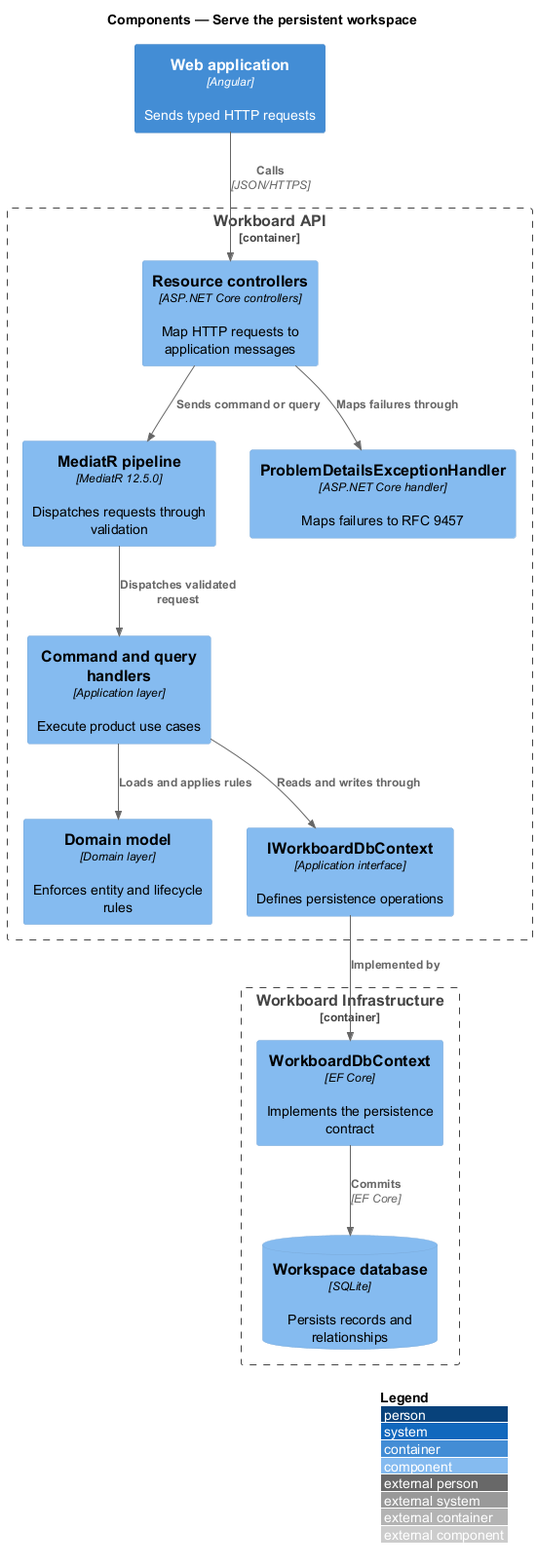
QuinntyneBrown/quinntyne-brown-consulting keeps this PlantUML diagram as docs/detailed-designs/platform/serve-persistent-workspace/diagrams/c4-component.png. Above is the earlier version.
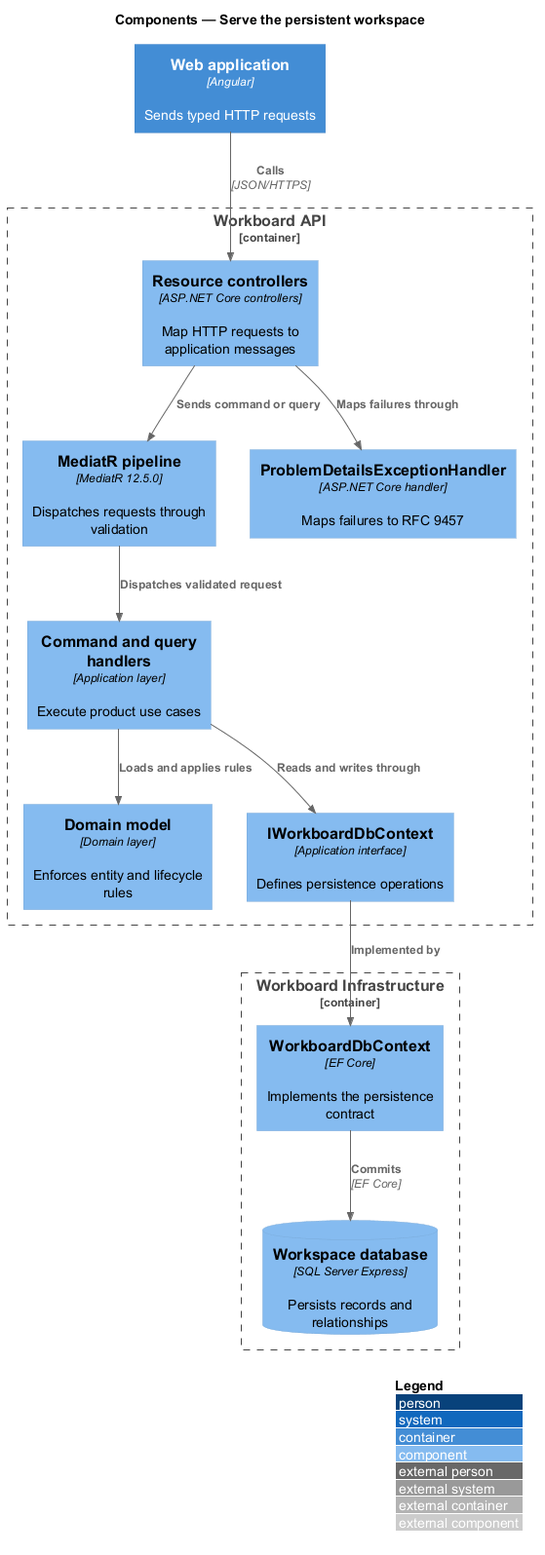
Above is the later version.

Change to the diagram source:
```diff
@@ -14,7 +14,7 @@
 }
 Container_Boundary(infrastructure, "Workboard Infrastructure") {
   Component(context, "WorkboardDbContext", "EF Core", "Implements the persistence contract")
-  ComponentDb(db, "Workspace database", "SQLite", "Persists records and relationships")
+  ComponentDb(db, "Workspace database", "SQL Server Express", "Persists records and relationships")
 }
 
 Rel(spa, controllers, "Calls", "JSON/HTTPS")
```
